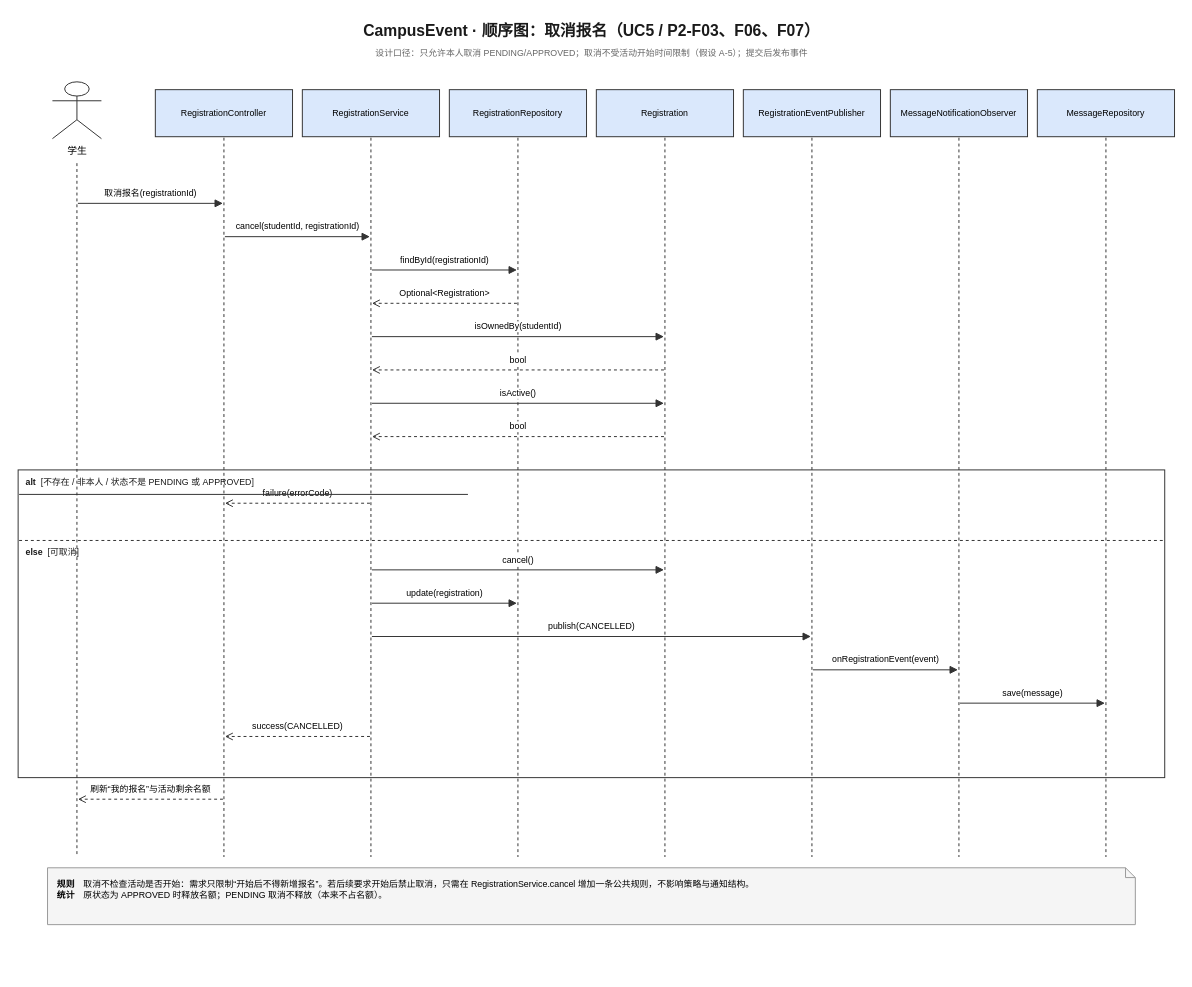
Earlier version of the draw.io diagram uml/07-取消报名-sequence.drawio (kudryavka1023/202-CampusEvent). Source tidied: cells renumbered, new cells numbered last; positions are measured from the earlier drawing's top-left corner, leaving out a move shared by most shapes. Both pictures are drawn from the tidied source at 98%, with x=0, y=0 at pixel (17, 17).
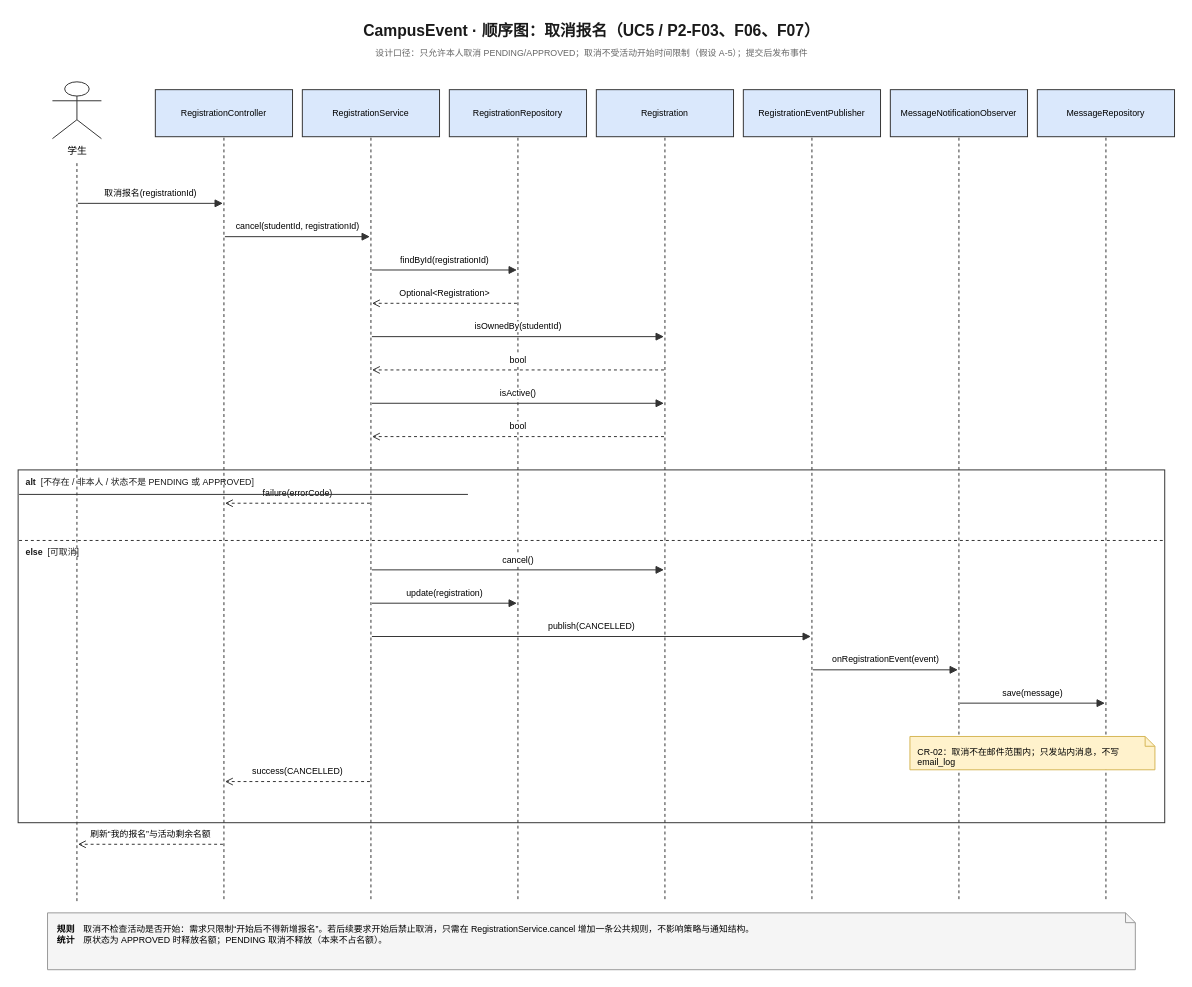
Above is the later version.

What changed in the source:
```diff
@@
     <mxCell id="4" style="rounded=0;whiteSpace=wrap;html=1;fillColor=none;strokeColor=#333333;strokeWidth=1;" parent="1" vertex="1">
-      <mxGeometry x="1" y="462" width="1170" height="314" as="geometry" />
+      <mxGeometry x="1" y="462" width="1170" height="360" as="geometry" />
     </mxCell>
@@
     <mxCell id="7" style="fillColor=none;strokeColor=none;" parent="1" vertex="1">
-      <mxGeometry x="60" y="857" width="2" height="2" as="geometry" />
+      <mxGeometry x="60" y="903" width="2" height="2" as="geometry" />
     </mxCell>
@@
     <mxCell id="11" style="fillColor=none;strokeColor=none;" parent="1" vertex="1">
-      <mxGeometry x="210" y="857" width="2" height="2" as="geometry" />
+      <mxGeometry x="210" y="903" width="2" height="2" as="geometry" />
     </mxCell>
@@
     <mxCell id="15" style="fillColor=none;strokeColor=none;" parent="1" vertex="1">
-      <mxGeometry x="360" y="857" width="2" height="2" as="geometry" />
+      <mxGeometry x="360" y="903" width="2" height="2" as="geometry" />
     </mxCell>
@@
     <mxCell id="19" style="fillColor=none;strokeColor=none;" parent="1" vertex="1">
-      <mxGeometry x="510" y="857" width="2" height="2" as="geometry" />
+      <mxGeometry x="510" y="903" width="2" height="2" as="geometry" />
     </mxCell>
@@
     <mxCell id="23" style="fillColor=none;strokeColor=none;" parent="1" vertex="1">
-      <mxGeometry x="660" y="857" width="2" height="2" as="geometry" />
+      <mxGeometry x="660" y="903" width="2" height="2" as="geometry" />
     </mxCell>
@@
     <mxCell id="27" style="fillColor=none;strokeColor=none;" parent="1" vertex="1">
-      <mxGeometry x="810" y="857" width="2" height="2" as="geometry" />
+      <mxGeometry x="810" y="903" width="2" height="2" as="geometry" />
     </mxCell>
@@
     <mxCell id="31" style="fillColor=none;strokeColor=none;" parent="1" vertex="1">
-      <mxGeometry x="960" y="857" width="2" height="2" as="geometry" />
+      <mxGeometry x="960" y="903" width="2" height="2" as="geometry" />
     </mxCell>
@@
     <mxCell id="35" style="fillColor=none;strokeColor=none;" parent="1" vertex="1">
-      <mxGeometry x="1110" y="857" width="2" height="2" as="geometry" />
+      <mxGeometry x="1110" y="903" width="2" height="2" as="geometry" />
     </mxCell>
@@
     <mxCell id="79" style="fillColor=none;strokeColor=none;" parent="1" vertex="1">
-      <mxGeometry x="360" y="733" width="2" height="2" as="geometry" />
+      <mxGeometry x="360" y="779" width="2" height="2" as="geometry" />
     </mxCell>
     <mxCell id="80" style="fillColor=none;strokeColor=none;" parent="1" vertex="1">
-      <mxGeometry x="210" y="733" width="2" height="2" as="geometry" />
+      <mxGeometry x="210" y="779" width="2" height="2" as="geometry" />
     </mxCell>
@@
     <mxCell id="82" style="fillColor=none;strokeColor=none;" parent="1" vertex="1">
-      <mxGeometry x="210" y="797" width="2" height="2" as="geometry" />
+      <mxGeometry x="210" y="843" width="2" height="2" as="geometry" />
     </mxCell>
     <mxCell id="83" style="fillColor=none;strokeColor=none;" parent="1" vertex="1">
-      <mxGeometry x="60" y="797" width="2" height="2" as="geometry" />
+      <mxGeometry x="60" y="843" width="2" height="2" as="geometry" />
     </mxCell>
@@
+    <mxCell id="94" value="CR-02：取消不在邮件范围内；只发站内消息，不写 email_log" style="shape=note;whiteSpace=wrap;html=1;backgroundOutline=1;size=10;fillColor=#fff2cc;strokeColor=#d6b656;align=left;verticalAlign=top;spacingLeft=6;spacingTop=4;fontSize=9;fontFamily=Microsoft YaHei;" parent="1" vertex="1">
+      <mxGeometry x="911" y="734" width="250" height="34" as="geometry" />
+    </mxCell>
     <mxCell id="93" value="&lt;b&gt;规则&lt;/b&gt;　取消不检查活动是否开始：需求只限制“开始后不得新增报名”。若后续要求开始后禁止取消，只需在 RegistrationService.cancel 增加一条公共规则，不影响策略与通知结构。&lt;br&gt;&lt;b&gt;统计&lt;/b&gt;　原状态为 APPROVED 时释放名额；PENDING 取消不释放（本来不占名额）。" style="shape=note;whiteSpace=wrap;html=1;backgroundOutline=1;size=10;fillColor=#f5f5f5;strokeColor=#999999;align=left;verticalAlign=top;spacingLeft=8;spacingTop=5;fontSize=9;fontFamily=Microsoft YaHei;" parent="1" vertex="1">
-      <mxGeometry x="31" y="868" width="1110" height="58" as="geometry" />
+      <mxGeometry x="31" y="914" width="1110" height="58" as="geometry" />
     </mxCell>
```
